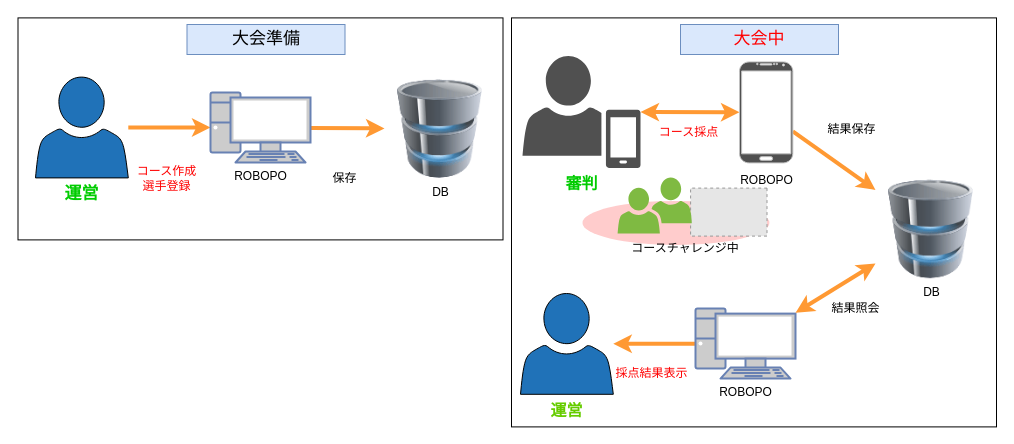
kazutan1230/robopo keeps this draw.io diagram as docs/static/drawioData/systemOutline.drawio. Above is the earlier version. Source tidied: cells renumbered, new cells numbered last; positions are measured from the earlier drawing's top-left corner, leaving out a move shared by most shapes. Both pictures are drawn from the tidied source at 100%, with x=0, y=0 at pixel (18, 17). Pictures stored in the file or linked from it are replaced by grey dashed boxes.
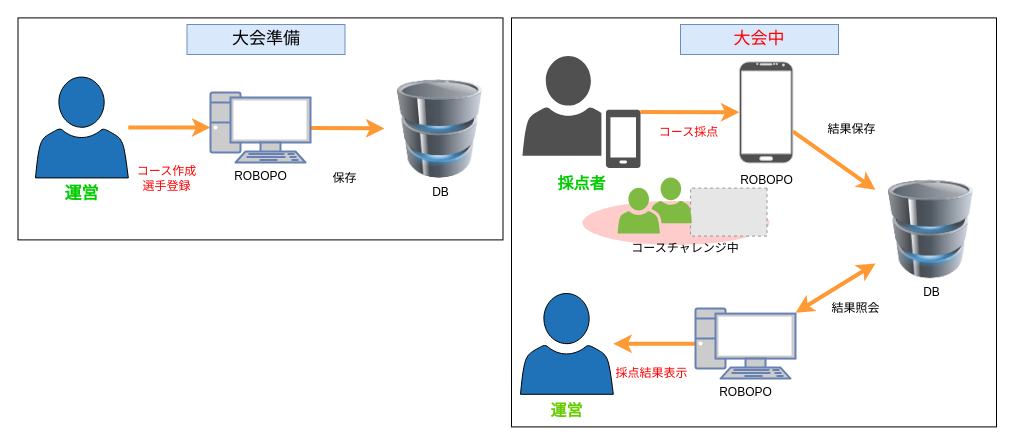
The same diagram, later.

The change refers to these unchanged cells:
```xml
<mxCell id="27" value="&lt;font style=&quot;font-size: 12px;&quot; color=&quot;#000000&quot;&gt;ROBOPO&lt;/font&gt;" style="verticalLabelPosition=bottom;verticalAlign=top;html=1;shadow=0;dashed=0;strokeWidth=1;shape=mxgraph.android.phone2;strokeColor=#c0c0c0;fontSize=16;fontColor=#66CC00;fillColor=#505050;" parent="1" vertex="1">
  <mxGeometry x="721" y="44.4" width="53.3" height="101" as="geometry" />
</mxCell>
```

Diff of the diagram source:
```diff
@@
-    <mxCell id="22" style="edgeStyle=none;html=1;strokeColor=#FF9933;strokeWidth=4;fontSize=12;fontColor=#000000;startArrow=classic;startFill=1;" parent="1" edge="1" source="23" target="27">
+    <mxCell id="22" style="edgeStyle=none;html=1;strokeColor=#FF9933;strokeWidth=4;fontSize=12;fontColor=#000000;startArrow=none;startFill=0;" parent="1" edge="1" source="23" target="27">
       <mxGeometry relative="1" as="geometry" />
     </mxCell>
-    <mxCell id="23" value="&lt;font color=&quot;#00cc00&quot; style=&quot;font-size: 16px;&quot;&gt;&lt;b style=&quot;&quot;&gt;審判&lt;/b&gt;&lt;/font&gt;" style="sketch=0;shadow=0;dashed=0;html=1;strokeColor=none;fillColor=#505050;labelPosition=center;verticalLabelPosition=bottom;verticalAlign=top;outlineConnect=0;align=center;shape=mxgraph.office.users.mobile_user;strokeWidth=4;fontColor=#FF0000;" parent="1" vertex="1">
+    <mxCell id="23" value="&lt;font style=&quot;font-size: 16px;&quot; color=&quot;#00cc00&quot;&gt;&lt;span style=&quot;&quot;&gt;採点者&lt;/span&gt;&lt;/font&gt;" style="sketch=0;shadow=0;dashed=0;html=1;strokeColor=none;fillColor=#505050;labelPosition=center;verticalLabelPosition=bottom;verticalAlign=top;outlineConnect=0;align=center;shape=mxgraph.office.users.mobile_user;strokeWidth=4;fontColor=#FF0000;fontStyle=1;" parent="1" vertex="1">
       <mxGeometry x="504" y="38.4" width="118" height="112" as="geometry" />
     </mxCell>
```
